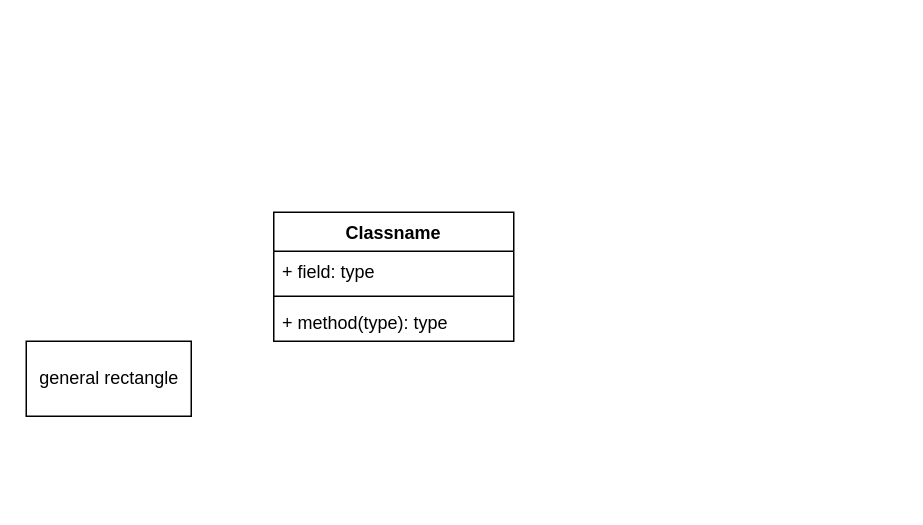
Earlier version of the draw.io diagram Initial-General-Diagram.drawio (ericbible/cscs1240-playground). Source tidied: cells renumbered, new cells numbered last; positions are measured from the earlier drawing's top-left corner, leaving out a move shared by most shapes. Both pictures are drawn from the tidied source at 150%, with x=0, y=0 at pixel (26, 212).
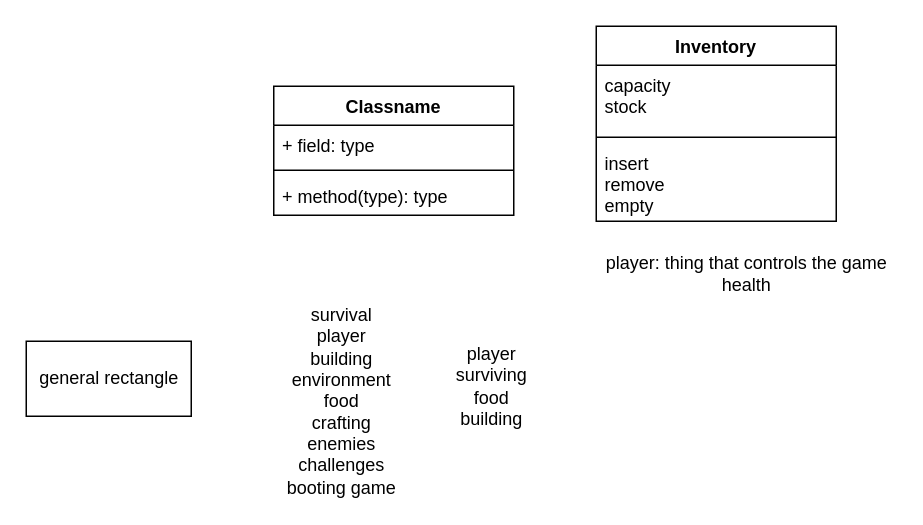
The same diagram, later.

Commit message:
Minecraft Object and Class Brainstorming

Change to the diagram source:
```diff
@@
 <mxGraphModel>
   <root>
     <mxCell id="0" />
     <mxCell id="1" parent="0" />
     <mxCell id="2" value="general rectangle" style="html=1;" parent="1" vertex="1">
       <mxGeometry y="86" width="110" height="50" as="geometry" />
     </mxCell>
+    <mxCell id="7" value="survival&lt;br&gt;player&lt;br&gt;building&lt;br&gt;environment&lt;br&gt;food&lt;br&gt;crafting&lt;br&gt;enemies&lt;br&gt;challenges&lt;br&gt;booting game" style="text;html=1;align=center;verticalAlign=middle;" parent="1" vertex="1">
+      <mxGeometry x="165" y="61" width="90" height="130" as="geometry" />
+    </mxCell>
     <mxCell id="3" value="Classname" style="swimlane;fontStyle=1;align=center;verticalAlign=top;horizontal=1;startSize=26;" parent="1" vertex="1">
-      <mxGeometry x="165" width="160" height="86" as="geometry" />
+      <mxGeometry x="165" y="-84" width="160" height="86" as="geometry" />
     </mxCell>
     <mxCell id="4" value="+ field: type" style="text;strokeColor=none;fillColor=none;align=left;verticalAlign=top;spacingLeft=4;spacingRight=4;overflow=hidden;" parent="3" vertex="1">
       <mxGeometry y="26" width="160" height="26" as="geometry" />
     </mxCell>
     <mxCell id="5" style="line;strokeWidth=1;fillColor=none;align=left;verticalAlign=middle;spacingTop=-1;spacingLeft=3;spacingRight=3;labelPosition=right;" parent="3" vertex="1">
       <mxGeometry y="52" width="160" height="8" as="geometry" />
     </mxCell>
     <mxCell id="6" value="+ method(type): type" style="text;strokeColor=none;fillColor=none;align=left;verticalAlign=top;spacingLeft=4;spacingRight=4;overflow=hidden;" parent="3" vertex="1">
       <mxGeometry y="60" width="160" height="26" as="geometry" />
     </mxCell>
+    <mxCell id="8" value="player&lt;br&gt;surviving&lt;br&gt;food&lt;br&gt;building" style="text;html=1;align=center;verticalAlign=middle;" parent="1" vertex="1">
+      <mxGeometry x="280" y="86" width="60" height="60" as="geometry" />
+    </mxCell>
+    <mxCell id="9" value="player: thing that controls the game&lt;br&gt;health&lt;br&gt;" style="text;html=1;align=center;verticalAlign=middle;" parent="1" vertex="1">
+      <mxGeometry x="380" y="26" width="200" height="30" as="geometry" />
+    </mxCell>
+    <mxCell id="10" value="Inventory" style="swimlane;fontStyle=1;align=center;verticalAlign=top;horizontal=1;startSize=26;" parent="1" vertex="1">
+      <mxGeometry x="380" y="-124" width="160" height="130" as="geometry" />
+    </mxCell>
+    <mxCell id="11" value="capacity&#10;stock&#10;" style="text;strokeColor=none;fillColor=none;align=left;verticalAlign=top;spacingLeft=4;spacingRight=4;overflow=hidden;" parent="10" vertex="1">
+      <mxGeometry y="26" width="160" height="44" as="geometry" />
+    </mxCell>
+    <mxCell id="12" style="line;strokeWidth=1;fillColor=none;align=left;verticalAlign=middle;spacingTop=-1;spacingLeft=3;spacingRight=3;labelPosition=right;" parent="10" vertex="1">
+      <mxGeometry y="70" width="160" height="8" as="geometry" />
+    </mxCell>
+    <mxCell id="13" value="insert&#10;remove&#10;empty" style="text;strokeColor=none;fillColor=none;align=left;verticalAlign=top;spacingLeft=4;spacingRight=4;overflow=hidden;" parent="10" vertex="1">
+      <mxGeometry y="78" width="160" height="52" as="geometry" />
+    </mxCell>
   </root>
 </mxGraphModel>
```
